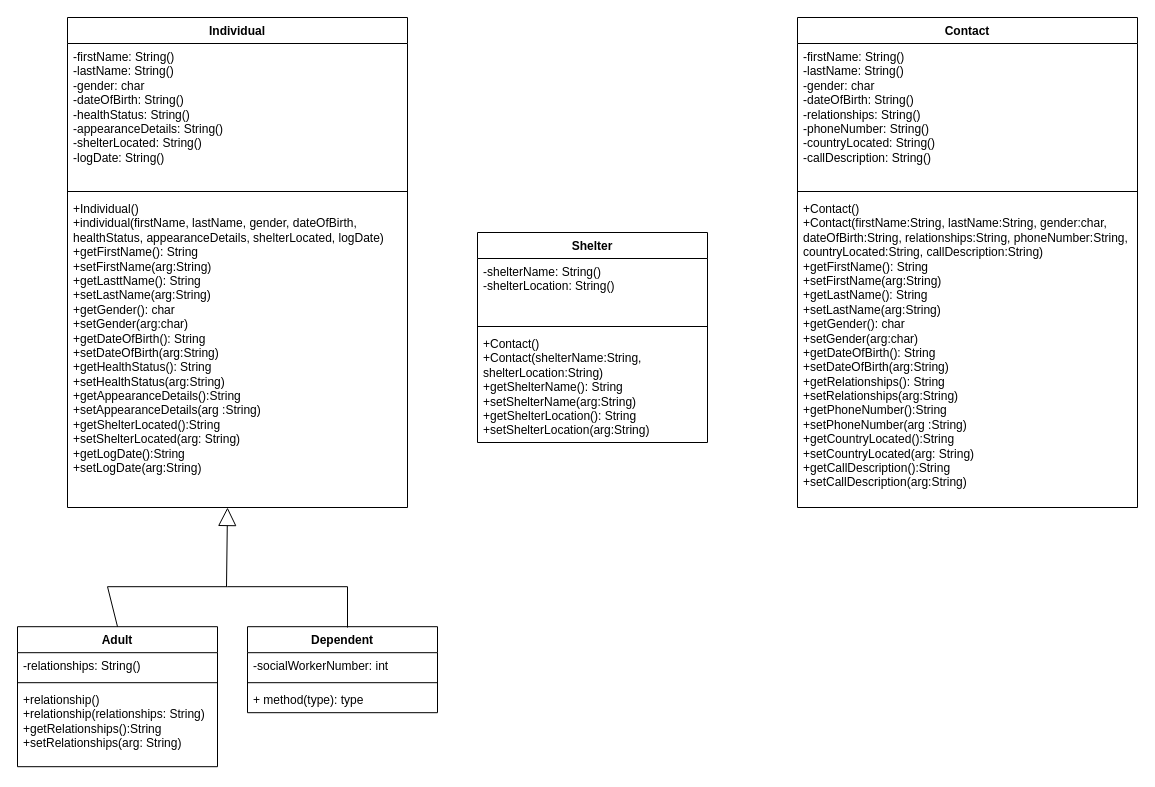
The draw.io diagram disaster_recover_UML_25.drawio in ENSF-380-Group-25/Project-1, before the edit. Source tidied: cells renumbered, new cells numbered last; positions are measured from the earlier drawing's top-left corner, leaving out a move shared by most shapes. Both pictures are drawn from the tidied source at 100%, with x=0, y=0 at pixel (17, 17).
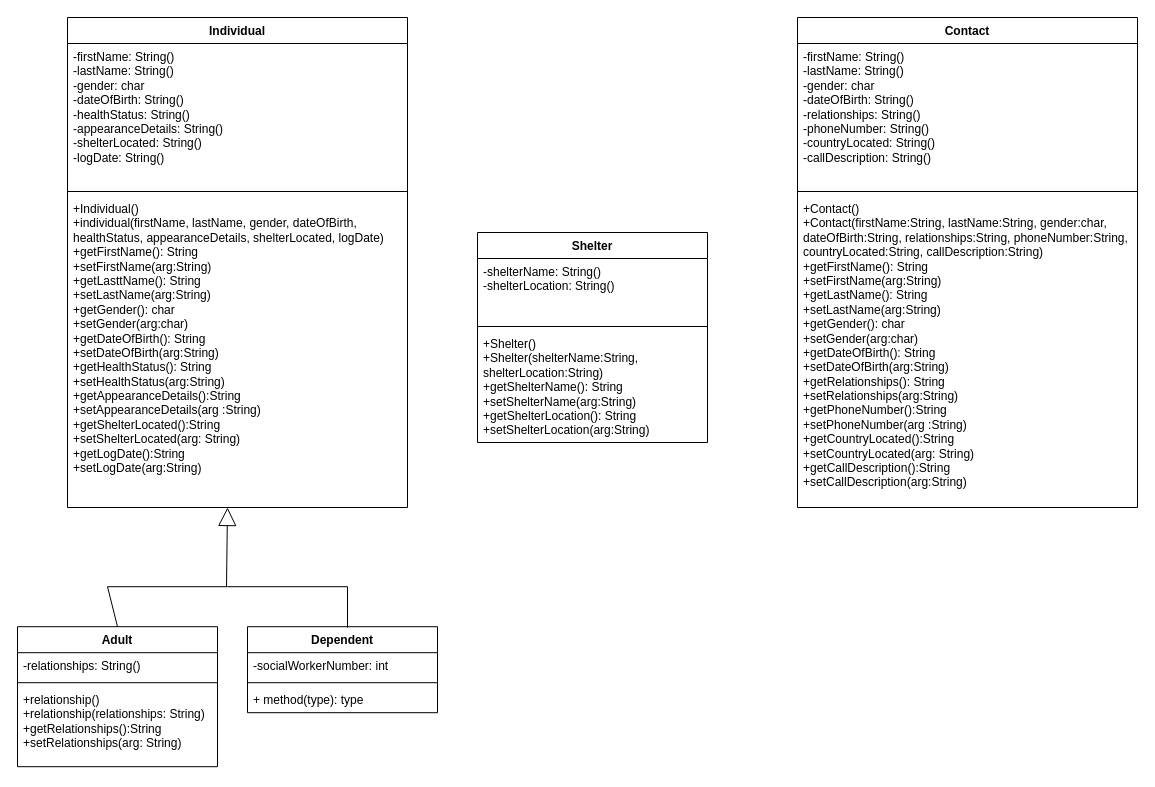
After the change.

Commit message:
Removed typo in shelter class

The change refers to these unchanged cells:
```xml
<mxCell id="19" value="Shelter" style="swimlane;fontStyle=1;align=center;verticalAlign=top;horizontal=1;startSize=26;whiteSpace=wrap;html=1;" parent="1" vertex="1">
  <mxGeometry x="460" y="215" width="230" height="210" as="geometry" />
</mxCell>
```

Change to the diagram source:
```diff
@@
-    <mxCell id="22" value="&lt;div&gt;+Contact()&lt;/div&gt;&lt;div&gt;+Contact(shelterName:String, shelterLocation:String)&lt;/div&gt;+getShelterName(): String&lt;div&gt;+setShelterName(arg:String)&lt;/div&gt;&lt;div&gt;+getShelterLocation(): String&lt;/div&gt;&lt;div&gt;&lt;div&gt;+setShelterLocation(arg:String)&lt;/div&gt;&lt;/div&gt;&lt;div&gt;&lt;br&gt;&lt;/div&gt;" style="text;strokeColor=none;fillColor=none;align=left;verticalAlign=top;spacingLeft=4;spacingRight=4;overflow=hidden;whiteSpace=wrap;html=1;" parent="19" vertex="1">
+    <mxCell id="22" value="&lt;div&gt;+Shelter()&lt;/div&gt;&lt;div&gt;+Shelter(shelterName:String, shelterLocation:String)&lt;/div&gt;+getShelterName(): String&lt;div&gt;+setShelterName(arg:String)&lt;/div&gt;&lt;div&gt;+getShelterLocation(): String&lt;/div&gt;&lt;div&gt;&lt;div&gt;+setShelterLocation(arg:String)&lt;/div&gt;&lt;/div&gt;&lt;div&gt;&lt;br&gt;&lt;/div&gt;" style="text;strokeColor=none;fillColor=none;align=left;verticalAlign=top;spacingLeft=4;spacingRight=4;overflow=hidden;whiteSpace=wrap;html=1;" parent="19" vertex="1">
       <mxGeometry y="98" width="230" height="112" as="geometry" />
     </mxCell>
```
